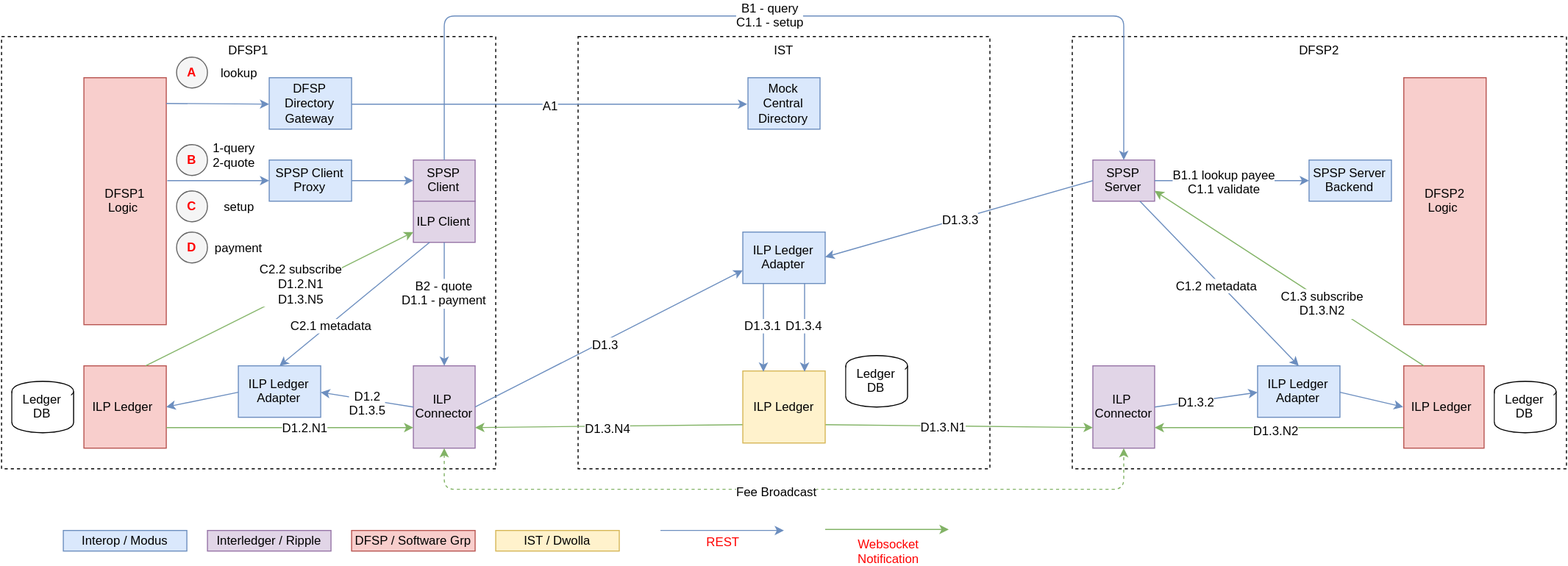
Before: Wiki/Demo Service Interactions.svg, a diagram exported from draw.io (maduhu/Documentation). Source tidied: cells renumbered, new cells last; positions are measured from the earlier drawing's top-left corner, leaving out a move shared by most shapes.
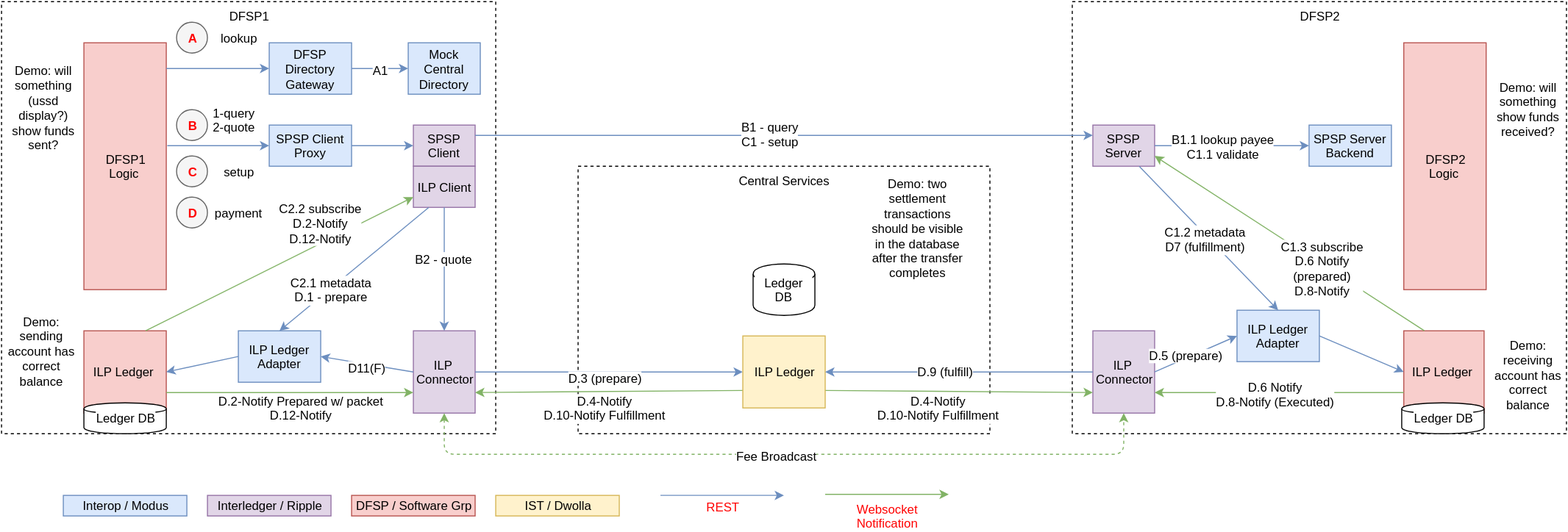
The same diagram one commit later.

Commit message:
Update service interactions diagram

Change to the diagram source:
```diff
@@ -8,8 +8,8 @@
     <mxCell id="3" value="DFSP2" style="whiteSpace=wrap;html=1;labelBackgroundColor=none;fontSize=12;align=center;verticalAlign=top;dashed=1;" parent="1" vertex="1">
       <mxGeometry x="1040" y="20" width="480" height="420" as="geometry" />
     </mxCell>
-    <mxCell id="4" value="IST" style="whiteSpace=wrap;html=1;labelBackgroundColor=none;fontSize=12;align=center;verticalAlign=top;dashed=1;" parent="1" vertex="1">
-      <mxGeometry x="560" y="20" width="400" height="420" as="geometry" />
+    <mxCell id="4" value="Central Services" style="whiteSpace=wrap;html=1;labelBackgroundColor=none;fontSize=12;align=center;verticalAlign=top;dashed=1;" parent="1" vertex="1">
+      <mxGeometry x="560" y="180" width="400" height="260" as="geometry" />
     </mxCell>
     <mxCell id="5" value="DFSP1&lt;div&gt;Logic&amp;nbsp;&lt;/div&gt;" style="whiteSpace=wrap;html=1;labelBackgroundColor=none;fontSize=12;align=center;fillColor=#f8cecc;strokeColor=#b85450;" parent="1" vertex="1">
       <mxGeometry x="80" y="60" width="80" height="240" as="geometry" />
@@ -24,7 +24,7 @@
       <mxGeometry x="260" y="140" width="80" height="40" as="geometry" />
     </mxCell>
     <mxCell id="9" value="Mock Central Directory" style="whiteSpace=wrap;html=1;labelBackgroundColor=none;fontSize=12;align=center;fillColor=#dae8fc;strokeColor=#6c8ebf;" parent="1" vertex="1">
-      <mxGeometry x="725" y="60" width="70" height="50" as="geometry" />
+      <mxGeometry x="395" y="60" width="70" height="50" as="geometry" />
     </mxCell>
     <mxCell id="10" value="SPSP Client" style="whiteSpace=wrap;html=1;labelBackgroundColor=none;fontSize=12;align=center;fillColor=#e1d5e7;strokeColor=#9673a6;" parent="1" vertex="1">
       <mxGeometry x="400" y="140" width="60" height="40" as="geometry" />
@@ -45,7 +45,7 @@
       <mxGeometry x="1362" y="340" width="78" height="80" as="geometry" />
     </mxCell>
     <mxCell id="16" value="ILP Ledger Adapter" style="whiteSpace=wrap;html=1;labelBackgroundColor=none;fontSize=12;align=center;fillColor=#dae8fc;strokeColor=#6c8ebf;" parent="1" vertex="1">
-      <mxGeometry x="1220" y="340" width="80" height="50" as="geometry" />
+      <mxGeometry x="1200" y="320" width="80" height="50" as="geometry" />
     </mxCell>
     <mxCell id="17" value="ILP&amp;nbsp;&lt;div&gt;Connector&lt;/div&gt;" style="whiteSpace=wrap;html=1;labelBackgroundColor=none;fontSize=12;align=center;fillColor=#e1d5e7;strokeColor=#9673a6;" parent="1" vertex="1">
       <mxGeometry x="400" y="340" width="60" height="80" as="geometry" />
@@ -53,35 +53,34 @@
     <mxCell id="18" value="ILP&amp;nbsp;&lt;div&gt;Connector&lt;/div&gt;" style="whiteSpace=wrap;html=1;labelBackgroundColor=none;fontSize=12;align=center;fillColor=#e1d5e7;strokeColor=#9673a6;" parent="1" vertex="1">
       <mxGeometry x="1060" y="340" width="60" height="80" as="geometry" />
     </mxCell>
-    <mxCell id="19" value="ILP Ledger Adapter" style="whiteSpace=wrap;html=1;labelBackgroundColor=none;fontSize=12;align=center;fillColor=#dae8fc;strokeColor=#6c8ebf;" parent="1" vertex="1">
-      <mxGeometry x="720" y="210" width="80" height="50" as="geometry" />
-    </mxCell>
     <mxCell id="20" style="endArrow=none;startArrow=classic;html=1;labelBackgroundColor=none;fontSize=12;entryX=0;entryY=0.75;exitX=1;exitY=0.75;fontColor=#00FF00;fillColor=#d5e8d4;strokeColor=#82b366;endFill=0;" parent="1" edge="1" source="17" target="70">
       <mxGeometry relative="1" as="geometry" />
     </mxCell>
-    <mxCell id="21" value="D1.3.N4" style="text;html=1;align=center;verticalAlign=middle;labelBackgroundColor=#ffffff;fontSize=12;fontColor=#000000;" parent="20" vertex="1">
-      <mxGeometry x="-0.02" y="-2" relative="1" as="geometry" />
+    <mxCell id="21" value="&lt;div&gt;D.4-Notify&lt;/div&gt;&lt;div&gt;D.10-Notify Fulfillment&lt;/div&gt;" style="text;html=1;align=center;verticalAlign=middle;labelBackgroundColor=#ffffff;fontSize=12;fontColor=#000000;" parent="20" vertex="1">
+      <mxGeometry x="-0.02" y="-2" relative="1" as="geometry">
+        <mxPoint x="-3" y="14" as="offset" />
+      </mxGeometry>
     </mxCell>
     <mxCell id="22" style="endArrow=classic;startArrow=none;html=1;labelBackgroundColor=none;fontSize=12;entryX=0;entryY=0.75;exitX=1;exitY=0.75;fontColor=#00FF00;fillColor=#d5e8d4;strokeColor=#82b366;startFill=0;" parent="1" edge="1" source="70" target="18">
       <mxGeometry x="373" y="155" as="geometry" />
     </mxCell>
-    <mxCell id="23" value="D1.3.N1" style="text;html=1;align=center;verticalAlign=middle;labelBackgroundColor=#ffffff;fontSize=12;fontColor=#000000;" parent="22" vertex="1">
+    <mxCell id="23" value="D.4-Notify&lt;div&gt;D.10-Notify Fulfillment&lt;/div&gt;" style="text;html=1;align=center;verticalAlign=middle;labelBackgroundColor=#ffffff;fontSize=12;fontColor=#000000;" parent="22" vertex="1">
       <mxGeometry relative="1" as="geometry">
-        <mxPoint x="-16" as="offset" />
+        <mxPoint x="-20" y="16" as="offset" />
       </mxGeometry>
     </mxCell>
     <mxCell id="24" style="endArrow=classic;startArrow=none;html=1;labelBackgroundColor=none;fontSize=12;entryX=0;entryY=0.75;exitX=1;exitY=0.75;fontColor=#00FF00;fillColor=#d5e8d4;strokeColor=#82b366;startFill=0;" parent="1" edge="1" source="14" target="17">
       <mxGeometry x="475" y="305" as="geometry" />
     </mxCell>
-    <mxCell id="25" value="D1.2.N1" style="text;html=1;align=center;verticalAlign=middle;labelBackgroundColor=#ffffff;fontSize=12;fontColor=#000000;" parent="24" vertex="1">
+    <mxCell id="25" value="D.2-Notify&amp;nbsp;&lt;span style=&quot;line-height: 1.2&quot;&gt;Prepared w/ packet&lt;/span&gt;&lt;div&gt;D.12-Notify&lt;/div&gt;" style="text;html=1;align=center;verticalAlign=middle;labelBackgroundColor=#ffffff;fontSize=12;fontColor=#000000;" parent="24" vertex="1">
       <mxGeometry relative="1" as="geometry">
-        <mxPoint x="14" y="-1" as="offset" />
+        <mxPoint x="10" y="15" as="offset" />
       </mxGeometry>
     </mxCell>
     <mxCell id="26" style="endArrow=none;startArrow=classic;html=1;labelBackgroundColor=none;fontSize=12;entryX=0;entryY=0.75;fontColor=#00FF00;fillColor=#d5e8d4;strokeColor=#82b366;exitX=1;exitY=0.75;endFill=0;" parent="1" edge="1" source="18" target="15">
       <mxGeometry x="485" y="315" as="geometry" />
     </mxCell>
-    <mxCell id="27" value="D1.3.N2" style="text;html=1;align=center;verticalAlign=middle;labelBackgroundColor=#ffffff;fontSize=12;fontColor=#000000;" parent="26" vertex="1">
+    <mxCell id="27" value="D.6 Notify&lt;div&gt;D.8-Notify (Executed)&lt;/div&gt;" style="text;html=1;align=center;verticalAlign=middle;labelBackgroundColor=#ffffff;fontSize=12;fontColor=#000000;" parent="26" vertex="1">
       <mxGeometry relative="1" as="geometry">
         <mxPoint x="-4" y="2" as="offset" />
       </mxGeometry>
@@ -127,15 +126,10 @@
         <mxPoint x="-9" y="1" as="offset" />
       </mxGeometry>
     </mxCell>
-    <mxCell id="39" style="endArrow=classic;startArrow=none;html=1;labelBackgroundColor=none;fontSize=12;entryX=0.5;entryY=0;exitX=0.5;exitY=0;fontColor=#00FF00;fillColor=#dae8fc;strokeColor=#6c8ebf;startFill=0;" parent="1" edge="1" source="10" target="13">
-      <mxGeometry x="495" y="325" as="geometry">
-        <Array as="points">
-          <mxPoint x="430" />
-          <mxPoint x="1090" />
-        </Array>
-      </mxGeometry>
+    <mxCell id="39" style="endArrow=classic;startArrow=none;html=1;labelBackgroundColor=none;fontSize=12;entryX=0;entryY=0.25;fontColor=#00FF00;fillColor=#dae8fc;strokeColor=#6c8ebf;startFill=0;exitX=1;exitY=0.25;" parent="1" edge="1" source="10" target="13">
+      <mxGeometry x="495" y="325" as="geometry" />
     </mxCell>
-    <mxCell id="40" value="B1 - query&lt;div&gt;C1.1 - setup&lt;/div&gt;" style="text;html=1;align=center;verticalAlign=middle;labelBackgroundColor=#ffffff;fontSize=12;fontColor=#000000;" parent="39" vertex="1">
+    <mxCell id="40" value="B1 - query&lt;div&gt;C1 - setup&lt;/div&gt;" style="text;html=1;align=center;verticalAlign=middle;labelBackgroundColor=#ffffff;fontSize=12;fontColor=#000000;" parent="39" vertex="1">
       <mxGeometry relative="1" as="geometry">
         <mxPoint x="-14" y="-1" as="offset" />
       </mxGeometry>
@@ -158,10 +152,10 @@
     <mxCell id="46" value="C" style="ellipse;whiteSpace=wrap;html=1;labelBackgroundColor=none;fontSize=12;fontColor=#FF0000;align=center;fontStyle=1;fillColor=#f5f5f5;strokeColor=#666666;" parent="1" vertex="1">
       <mxGeometry x="170" y="170" width="30" height="30" as="geometry" />
     </mxCell>
-    <mxCell id="47" style="endArrow=classic;startArrow=none;html=1;labelBackgroundColor=none;fontSize=12;entryX=0;entryY=0.75;exitX=1;exitY=0.5;fontColor=#00FF00;fillColor=#dae8fc;strokeColor=#6c8ebf;startFill=0;" parent="1" edge="1" source="17" target="19">
+    <mxCell id="47" style="endArrow=classic;startArrow=none;html=1;labelBackgroundColor=none;fontSize=12;exitX=1;exitY=0.5;fontColor=#00FF00;fillColor=#dae8fc;strokeColor=#6c8ebf;startFill=0;entryX=0;entryY=0.5;" parent="1" edge="1" source="17" target="70">
       <mxGeometry x="495" y="325" as="geometry" />
     </mxCell>
-    <mxCell id="48" value="D1.3" style="text;html=1;align=center;verticalAlign=middle;labelBackgroundColor=#ffffff;fontSize=12;fontColor=#000000;" parent="47" vertex="1">
+    <mxCell id="48" value="D.3 (prepare)" style="text;html=1;align=center;verticalAlign=middle;labelBackgroundColor=#ffffff;fontSize=12;fontColor=#000000;" parent="47" vertex="1">
       <mxGeometry relative="1" as="geometry">
         <mxPoint x="-4" y="5" as="offset" />
       </mxGeometry>
@@ -169,7 +163,7 @@
     <mxCell id="49" style="endArrow=classic;startArrow=none;html=1;labelBackgroundColor=none;fontSize=12;exitX=1;exitY=0.5;fontColor=#00FF00;fillColor=#dae8fc;strokeColor=#6c8ebf;startFill=0;entryX=0;entryY=0.5;" parent="1" edge="1" source="18" target="16">
       <mxGeometry x="505" y="335" as="geometry" />
     </mxCell>
-    <mxCell id="50" value="D1.3.2" style="text;html=1;align=center;verticalAlign=middle;labelBackgroundColor=#ffffff;fontSize=12;fontColor=#000000;" parent="49" vertex="1">
+    <mxCell id="50" value="D.5 (prepare)" style="text;html=1;align=center;verticalAlign=middle;labelBackgroundColor=#ffffff;fontSize=12;fontColor=#000000;" parent="49" vertex="1">
       <mxGeometry relative="1" as="geometry">
         <mxPoint x="-10" y="1" as="offset" />
       </mxGeometry>
@@ -197,18 +191,18 @@
       </mxGeometry>
     </mxCell>
     <mxCell id="55" value="Ledger DB" style="shape=cylinder;whiteSpace=wrap;html=1;labelBackgroundColor=#ffffff;fontSize=12;fontColor=#000000;align=center;verticalAlign=middle;" parent="1" vertex="1">
-      <mxGeometry x="10" y="355" width="60" height="50" as="geometry" />
+      <mxGeometry x="80" y="410" width="80" height="30" as="geometry" />
     </mxCell>
     <mxCell id="56" value="Ledger DB" style="shape=cylinder;whiteSpace=wrap;html=1;labelBackgroundColor=#ffffff;fontSize=12;fontColor=#000000;align=center;" parent="1" vertex="1">
-      <mxGeometry x="1450" y="355" width="60" height="50" as="geometry" />
+      <mxGeometry x="1360" y="410" width="80" height="30" as="geometry" />
     </mxCell>
     <mxCell id="57" value="Ledger DB" style="shape=cylinder;whiteSpace=wrap;html=1;labelBackgroundColor=#ffffff;fontSize=12;fontColor=#000000;align=center;" parent="1" vertex="1">
-      <mxGeometry x="820" y="330" width="60" height="50" as="geometry" />
+      <mxGeometry x="730" y="275" width="60" height="50" as="geometry" />
     </mxCell>
     <mxCell id="58" style="endArrow=classic;startArrow=none;html=1;labelBackgroundColor=none;fontSize=12;fontColor=#00FF00;fillColor=#dae8fc;strokeColor=#6c8ebf;startFill=0;exitX=0;exitY=0.5;entryX=1;entryY=0.5;" parent="1" edge="1" source="17" target="11">
       <mxGeometry x="515" y="345" as="geometry" />
     </mxCell>
-    <mxCell id="59" value="D1.2&lt;div&gt;D1.3.5&lt;/div&gt;" style="text;html=1;align=center;verticalAlign=middle;labelBackgroundColor=#ffffff;fontSize=12;fontColor=#000000;" parent="58" vertex="1">
+    <mxCell id="59" value="&lt;div&gt;D11(F)&lt;/div&gt;" style="text;html=1;align=center;verticalAlign=middle;labelBackgroundColor=#ffffff;fontSize=12;fontColor=#000000;" parent="58" vertex="1">
       <mxGeometry relative="1" as="geometry">
         <mxPoint y="3" as="offset" />
       </mxGeometry>
@@ -216,7 +210,7 @@
     <mxCell id="60" style="endArrow=classic;startArrow=none;html=1;labelBackgroundColor=none;fontSize=12;entryX=0.5;entryY=0;exitX=0.25;exitY=1;fontColor=#00FF00;fillColor=#dae8fc;strokeColor=#6c8ebf;startFill=0;" parent="1" edge="1" source="43" target="11">
       <mxGeometry x="495" y="325" as="geometry" />
     </mxCell>
-    <mxCell id="61" value="C2.1 metadata" style="text;html=1;align=center;verticalAlign=middle;labelBackgroundColor=#ffffff;fontSize=12;fontColor=#000000;" parent="60" vertex="1">
+    <mxCell id="61" value="C2.1 metadata&lt;div&gt;D.1 - prepare&lt;/div&gt;" style="text;html=1;align=center;verticalAlign=middle;labelBackgroundColor=#ffffff;fontSize=12;fontColor=#000000;" parent="60" vertex="1">
       <mxGeometry relative="1" as="geometry">
         <mxPoint x="-23" y="20" as="offset" />
       </mxGeometry>
@@ -224,15 +218,15 @@
     <mxCell id="62" style="endArrow=classic;html=1;labelBackgroundColor=none;fontSize=12;fontColor=#FF0000;fillColor=#d5e8d4;strokeColor=#82b366;exitX=0.75;exitY=0;entryX=0;entryY=0.75;" parent="1" edge="1" source="14" target="43">
       <mxGeometry x="650" y="529" as="geometry" />
     </mxCell>
-    <mxCell id="63" value="C2.2 subscribe&lt;div&gt;D1.2.N1&lt;/div&gt;&lt;div&gt;D1.3.N5&lt;/div&gt;" style="text;html=1;align=center;verticalAlign=middle;labelBackgroundColor=#ffffff;fontSize=12;fontColor=#000000;" parent="62" vertex="1">
+    <mxCell id="63" value="C2.2 subscribe&lt;div&gt;&lt;span style=&quot;line-height: 1.2&quot;&gt;D.2-Notify&lt;/span&gt;&lt;br&gt;&lt;/div&gt;&lt;div&gt;&lt;span style=&quot;line-height: 1.2&quot;&gt;D.12-Notify&lt;/span&gt;&lt;br&gt;&lt;/div&gt;" style="text;html=1;align=center;verticalAlign=middle;labelBackgroundColor=#ffffff;fontSize=12;fontColor=#000000;" parent="62" vertex="1">
       <mxGeometry relative="1" as="geometry">
-        <mxPoint x="20" y="-15" as="offset" />
+        <mxPoint x="40" y="-40" as="offset" />
       </mxGeometry>
     </mxCell>
     <mxCell id="64" style="endArrow=classic;startArrow=none;html=1;labelBackgroundColor=none;fontSize=12;entryX=0.5;entryY=0;exitX=0.5;exitY=1;fontColor=#00FF00;fillColor=#dae8fc;strokeColor=#6c8ebf;startFill=0;" parent="1" edge="1" source="43" target="17">
       <mxGeometry x="505" y="335" as="geometry" />
     </mxCell>
-    <mxCell id="65" value="B2 - quote&lt;div&gt;D1.1 - payment&lt;/div&gt;" style="text;html=1;align=center;verticalAlign=middle;labelBackgroundColor=#ffffff;fontSize=12;fontColor=#000000;" parent="64" vertex="1">
+    <mxCell id="65" value="B2 - quote" style="text;html=1;align=center;verticalAlign=middle;labelBackgroundColor=#ffffff;fontSize=12;fontColor=#000000;" parent="64" vertex="1">
       <mxGeometry relative="1" as="geometry">
         <mxPoint x="-1" y="-11" as="offset" />
       </mxGeometry>
@@ -240,34 +234,18 @@
     <mxCell id="66" style="endArrow=classic;html=1;labelBackgroundColor=none;fontSize=12;fontColor=#FF0000;fillColor=#d5e8d4;strokeColor=#82b366;exitX=0.25;exitY=0;entryX=1;entryY=0.75;" parent="1" edge="1" source="15" target="13">
       <mxGeometry x="1010" y="295" as="geometry" />
     </mxCell>
-    <mxCell id="67" value="C1.3 subscribe&lt;div&gt;D1.3.N2&lt;/div&gt;" style="text;html=1;align=center;verticalAlign=middle;labelBackgroundColor=#ffffff;fontSize=12;fontColor=#000000;" parent="66" vertex="1">
+    <mxCell id="67" value="C1.3 subscribe&lt;div&gt;D.6 Notify&lt;/div&gt;&lt;div&gt;(prepared)&lt;/div&gt;&lt;div&gt;D.8-Notify&lt;/div&gt;" style="text;html=1;align=center;verticalAlign=middle;labelBackgroundColor=#ffffff;fontSize=12;fontColor=#000000;" parent="66" vertex="1">
       <mxGeometry relative="1" as="geometry">
         <mxPoint x="31" y="24" as="offset" />
       </mxGeometry>
     </mxCell>
-    <mxCell id="68" style="endArrow=classic;html=1;labelBackgroundColor=none;fontSize=12;fontColor=#FF0000;fillColor=#dae8fc;strokeColor=#6c8ebf;exitX=0;exitY=0.5;entryX=1;entryY=0.5;" parent="1" edge="1" source="13" target="19">
-      <mxGeometry x="690" y="420" as="geometry" />
-    </mxCell>
-    <mxCell id="69" value="D1.3.3" style="text;html=1;align=center;verticalAlign=middle;labelBackgroundColor=#ffffff;fontSize=12;fontColor=#000000;" parent="68" vertex="1">
-      <mxGeometry relative="1" as="geometry">
-        <mxPoint x="1" as="offset" />
-      </mxGeometry>
-    </mxCell>
     <mxCell id="70" value="&lt;div&gt;ILP Ledger&lt;/div&gt;" style="whiteSpace=wrap;html=1;labelBackgroundColor=none;fontSize=12;align=center;fillColor=#fff2cc;strokeColor=#d6b656;" parent="1" vertex="1">
       <mxGeometry x="720" y="345" width="80" height="70" as="geometry" />
     </mxCell>
-    <mxCell id="71" style="endArrow=classic;startArrow=none;html=1;labelBackgroundColor=none;fontSize=12;fontColor=#00FF00;fillColor=#dae8fc;strokeColor=#6c8ebf;startFill=0;exitX=0.25;exitY=1;entryX=0.25;entryY=0;" parent="1" edge="1" source="19" target="70">
-      <mxGeometry x="505" y="335" as="geometry" />
-    </mxCell>
-    <mxCell id="72" value="D1.3.1" style="text;html=1;align=center;verticalAlign=middle;labelBackgroundColor=#ffffff;fontSize=12;fontColor=#000000;" parent="71" vertex="1">
-      <mxGeometry relative="1" as="geometry">
-        <mxPoint x="-1" y="-3" as="offset" />
-      </mxGeometry>
-    </mxCell>
     <mxCell id="73" style="endArrow=classic;html=1;labelBackgroundColor=none;fontSize=12;fontColor=#FF0000;fillColor=#dae8fc;strokeColor=#6c8ebf;exitX=0.75;exitY=1;entryX=0.5;entryY=0;" parent="1" edge="1" source="13" target="16">
       <mxGeometry x="700" y="430" as="geometry" />
     </mxCell>
-    <mxCell id="74" value="C1.2 metadata" style="text;html=1;align=center;verticalAlign=middle;labelBackgroundColor=#ffffff;fontSize=12;fontColor=#000000;" parent="73" vertex="1">
+    <mxCell id="74" value="C1.2 metadata&lt;div&gt;D7 (fulfillment)&lt;/div&gt;" style="text;html=1;align=center;verticalAlign=middle;labelBackgroundColor=#ffffff;fontSize=12;fontColor=#000000;" parent="73" vertex="1">
       <mxGeometry relative="1" as="geometry">
         <mxPoint x="-3" y="1" as="offset" />
       </mxGeometry>
@@ -297,16 +275,31 @@
     <mxCell id="80" value="payment" style="text;html=1;strokeColor=none;fillColor=none;align=center;verticalAlign=middle;whiteSpace=wrap;labelBackgroundColor=#ffffff;fontSize=12;fontColor=#000000;" parent="1" vertex="1">
       <mxGeometry x="210" y="215" width="40" height="20" as="geometry" />
     </mxCell>
-    <mxCell id="81" style="endArrow=classic;startArrow=none;html=1;labelBackgroundColor=none;fontSize=12;fontColor=#00FF00;fillColor=#dae8fc;strokeColor=#6c8ebf;startFill=0;exitX=0.75;exitY=1;entryX=0.75;entryY=0;" parent="1" edge="1" source="19" target="70">
-      <mxGeometry x="515" y="345" as="geometry" />
-    </mxCell>
-    <mxCell id="82" value="D1.3.4" style="text;html=1;align=center;verticalAlign=middle;labelBackgroundColor=#ffffff;fontSize=12;fontColor=#000000;" parent="81" vertex="1">
-      <mxGeometry relative="1" as="geometry">
-        <mxPoint x="-1" y="-3" as="offset" />
-      </mxGeometry>
-    </mxCell>
     <mxCell id="83" value="lookup" style="text;html=1;strokeColor=none;fillColor=none;align=center;verticalAlign=middle;whiteSpace=wrap;labelBackgroundColor=#ffffff;fontSize=12;fontColor=#000000;" parent="1" vertex="1">
       <mxGeometry x="210" y="45" width="40" height="20" as="geometry" />
     </mxCell>
+    <mxCell id="84" style="endArrow=classic;startArrow=none;html=1;labelBackgroundColor=none;fontSize=12;entryX=1;entryY=0.5;fontColor=#00FF00;fillColor=#dae8fc;strokeColor=#6c8ebf;startFill=0;exitX=0;exitY=0.5;" parent="1" edge="1" source="18" target="70">
+      <mxGeometry x="505" y="335" as="geometry" />
+    </mxCell>
+    <mxCell id="85" value="D.9 (fulfill)" style="text;html=1;align=center;verticalAlign=middle;labelBackgroundColor=#ffffff;fontSize=12;fontColor=#000000;" parent="84" vertex="1">
+      <mxGeometry relative="1" as="geometry">
+        <mxPoint x="-14" y="-1" as="offset" />
+      </mxGeometry>
+    </mxCell>
+    <mxCell id="86" value="Demo: two settlement transactions should be visible in the database after the transfer completes" style="text;html=1;strokeColor=none;fillColor=none;align=center;verticalAlign=middle;whiteSpace=wrap;labelBackgroundColor=#ffffff;fontSize=12;fontColor=#000000;" parent="1" vertex="1">
+      <mxGeometry x="840" y="190" width="100" height="100" as="geometry" />
+    </mxCell>
+    <mxCell id="87" value="Demo: receiving account has correct balance" style="text;html=1;strokeColor=none;fillColor=none;align=center;verticalAlign=middle;whiteSpace=wrap;labelBackgroundColor=#ffffff;fontSize=12;fontColor=#000000;" parent="1" vertex="1">
+      <mxGeometry x="1448" y="345" width="70" height="75" as="geometry" />
+    </mxCell>
+    <mxCell id="88" value="Demo: sending account has correct balance" style="text;html=1;strokeColor=none;fillColor=none;align=center;verticalAlign=middle;whiteSpace=wrap;labelBackgroundColor=#ffffff;fontSize=12;fontColor=#000000;" parent="1" vertex="1">
+      <mxGeometry x="4" y="310" width="70" height="100" as="geometry" />
+    </mxCell>
+    <mxCell id="89" value="Demo: will something (ussd display?) show funds sent?" style="text;html=1;strokeColor=none;fillColor=none;align=center;verticalAlign=middle;whiteSpace=wrap;labelBackgroundColor=#ffffff;fontSize=12;fontColor=#000000;" parent="1" vertex="1">
+      <mxGeometry x="2" y="65" width="78" height="115" as="geometry" />
+    </mxCell>
+    <mxCell id="90" value="Demo: will something show funds received?" style="text;html=1;strokeColor=none;fillColor=none;align=center;verticalAlign=middle;whiteSpace=wrap;labelBackgroundColor=#ffffff;fontSize=12;fontColor=#000000;" parent="1" vertex="1">
+      <mxGeometry x="1448" y="80" width="70" height="90" as="geometry" />
+    </mxCell>
   </root>
 </mxGraphModel>
```
